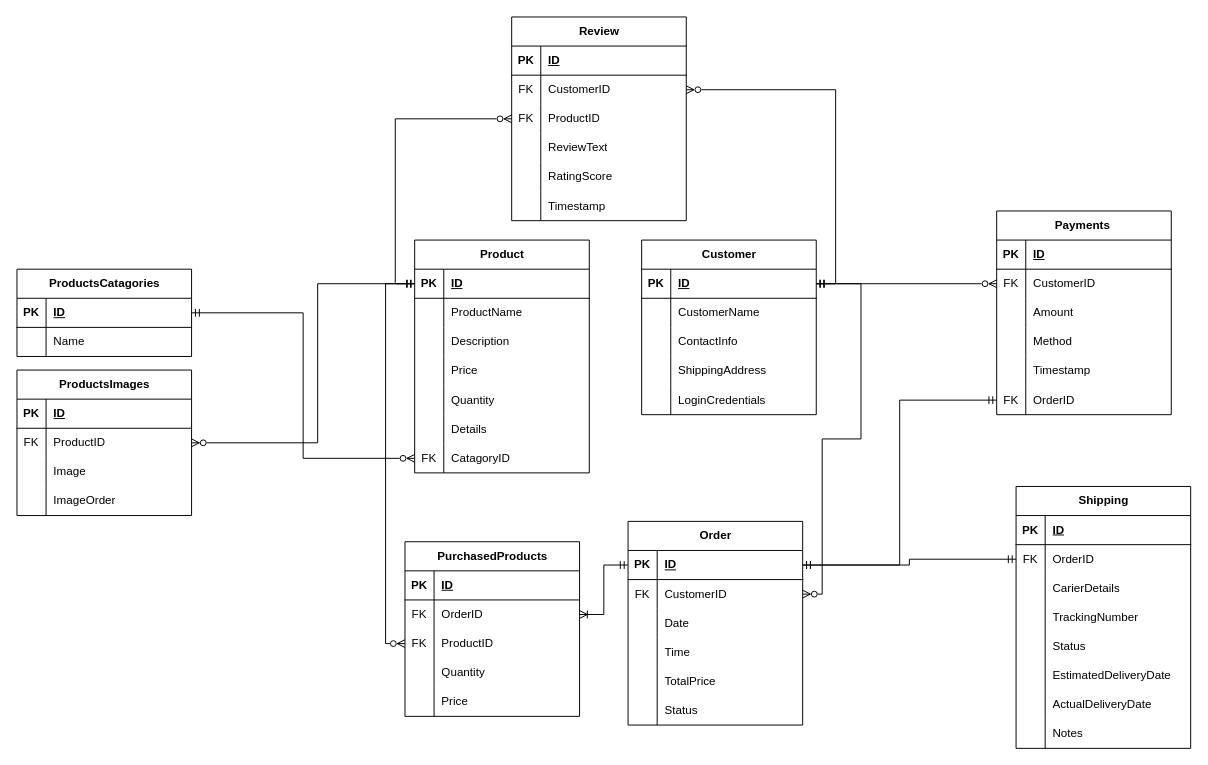
Dawood-Al-kharazy/database-design keeps this draw.io diagram as Online Store.drawio. Above is the earlier version. Source tidied: cells renumbered, new cells numbered last; positions are measured from the earlier drawing's top-left corner, leaving out a move shared by most shapes. Both pictures are drawn from the tidied source at 97%, with x=0, y=0 at pixel (16, 16).
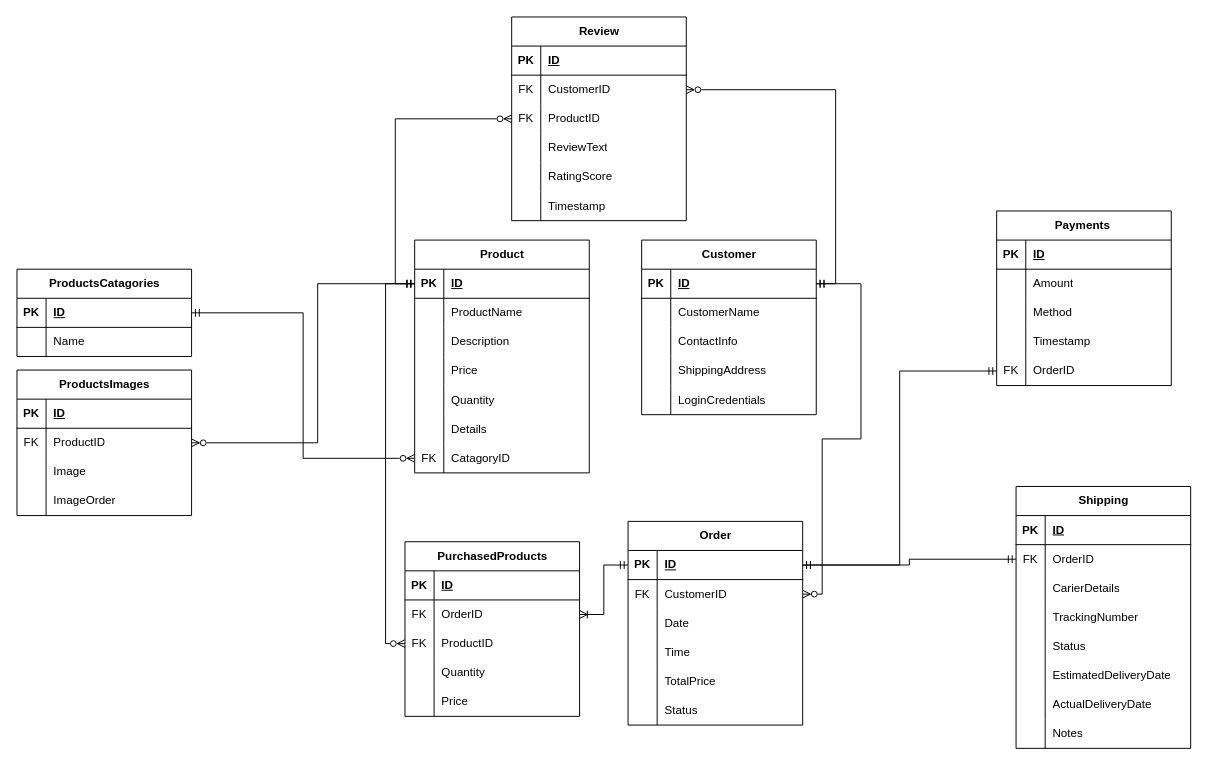
After the change.

Unchanged cells that the change refers to:
```xml
<mxCell id="25" style="shape=tableRow;horizontal=0;startSize=0;swimlaneHead=0;swimlaneBody=0;fillColor=none;points=[[0,0.5],[1,0.5]];portConstraint=eastwest;top=0;left=0;right=0;bottom=1;" parent="24" vertex="1">
  <mxGeometry y="30" width="180" height="30" as="geometry" />
</mxCell>
```

Change to the diagram source:
```diff
@@
     <mxCell id="78" value="Payments&amp;nbsp;" style="shape=table;startSize=30;childLayout=tableLayout;rowLines=0;fontStyle=1;align=center;html=1;" parent="1" vertex="1">
-      <mxGeometry x="1010" y="200" width="180" height="210" as="geometry" />
+      <mxGeometry x="1010" y="200" width="180" height="180" as="geometry" />
     </mxCell>
@@
-    <mxCell id="82" style="shape=tableRow;horizontal=0;startSize=0;swimlaneHead=0;swimlaneBody=0;fillColor=none;points=[[0,0.5],[1,0.5]];portConstraint=eastwest;top=0;left=0;right=0;bottom=0;" parent="78" vertex="1">
-      <mxGeometry y="60" width="180" height="30" as="geometry" />
-    </mxCell>
-    <mxCell id="83" value="FK" style="shape=partialRectangle;fillColor=none;top=0;left=0;bottom=0;right=0;fontStyle=0;overflow=hidden;whiteSpace=wrap;html=1;" parent="82" vertex="1">
-      <mxGeometry width="30" height="30" as="geometry" />
-    </mxCell>
-    <mxCell id="84" value="CustomerID" style="shape=partialRectangle;fillColor=none;top=0;left=0;bottom=0;right=0;align=left;spacingLeft=6;fontStyle=0;overflow=hidden;whiteSpace=wrap;html=1;" parent="82" vertex="1">
-      <mxGeometry x="30" width="150" height="30" as="geometry" />
-    </mxCell>
     <mxCell id="85" style="shape=tableRow;horizontal=0;startSize=0;swimlaneHead=0;swimlaneBody=0;fillColor=none;top=0;left=0;right=0;bottom=0;" parent="78" vertex="1">
-      <mxGeometry y="90" width="180" height="30" as="geometry" />
+      <mxGeometry y="60" width="180" height="30" as="geometry" />
     </mxCell>
@@
     <mxCell id="88" style="shape=tableRow;horizontal=0;startSize=0;swimlaneHead=0;swimlaneBody=0;fillColor=none;top=0;left=0;right=0;bottom=0;" parent="78" vertex="1">
-      <mxGeometry y="120" width="180" height="30" as="geometry" />
+      <mxGeometry y="90" width="180" height="30" as="geometry" />
     </mxCell>
@@
     <mxCell id="91" style="shape=tableRow;horizontal=0;startSize=0;swimlaneHead=0;swimlaneBody=0;fillColor=none;top=0;left=0;right=0;bottom=0;" parent="78" vertex="1">
-      <mxGeometry y="150" width="180" height="30" as="geometry" />
+      <mxGeometry y="120" width="180" height="30" as="geometry" />
     </mxCell>
@@
     <mxCell id="94" style="shape=tableRow;horizontal=0;startSize=0;swimlaneHead=0;swimlaneBody=0;fillColor=none;points=[[0,0.5],[1,0.5]];portConstraint=eastwest;top=0;left=0;right=0;bottom=0;" parent="78" vertex="1">
-      <mxGeometry y="180" width="180" height="30" as="geometry" />
+      <mxGeometry y="150" width="180" height="30" as="geometry" />
     </mxCell>
@@
-    <mxCell id="97" style="edgeStyle=orthogonalEdgeStyle;rounded=0;jettySize=auto;html=1;exitX=0;exitY=0.5;exitDx=0;exitDy=0;entryX=1;entryY=0.5;entryDx=0;entryDy=0;endArrow=ERmandOne;endFill=0;startArrow=ERzeroToMany;startFill=0;" parent="1" edge="1" source="82" target="25">
-      <mxGeometry relative="1" as="geometry" />
-    </mxCell>
```
